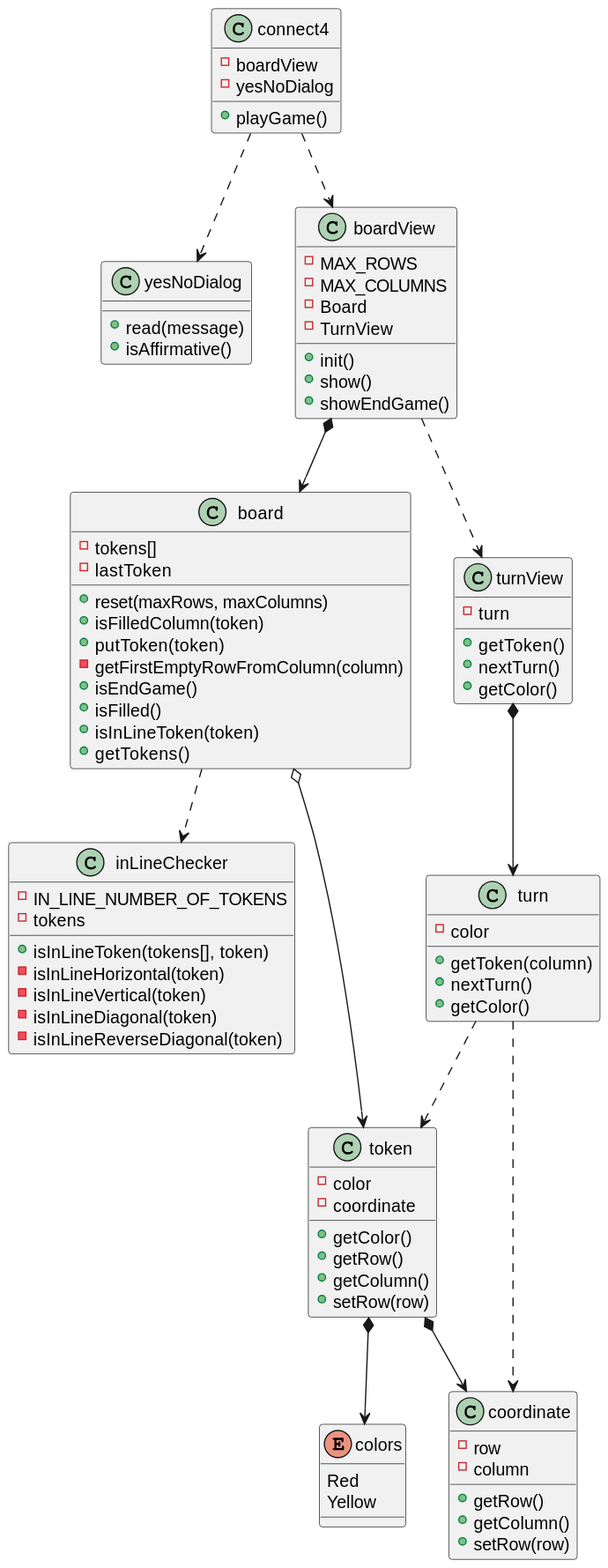
The PlantUML diagram out/UML/softwareModel/softwareModel.svg in jumpering/connect4, before a commit.
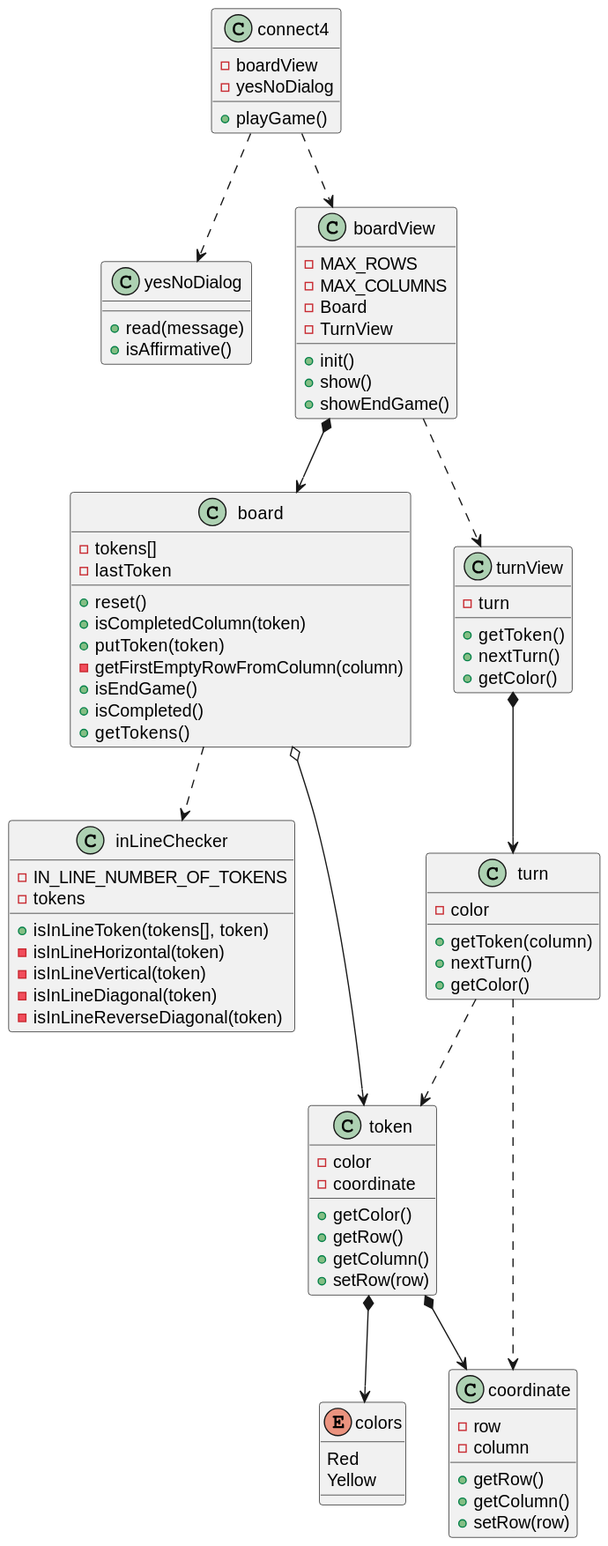
The same diagram one commit later.

The edit, as a diff of the source:
```diff
@@ -12,13 +12,12 @@
 class board{
     - tokens[]
     - lastToken
-    + reset(maxRows, maxColumns)
-    + isFilledColumn(token)
+    + reset()
+    + isCompletedColumn(token)
     + putToken(token)
     - getFirstEmptyRowFromColumn(column)
     + isEndGame()
-    + isFilled()
-    + isInLineToken(token)
+    + isCompleted()
     + getTokens()
 }
 class boardView{
```
